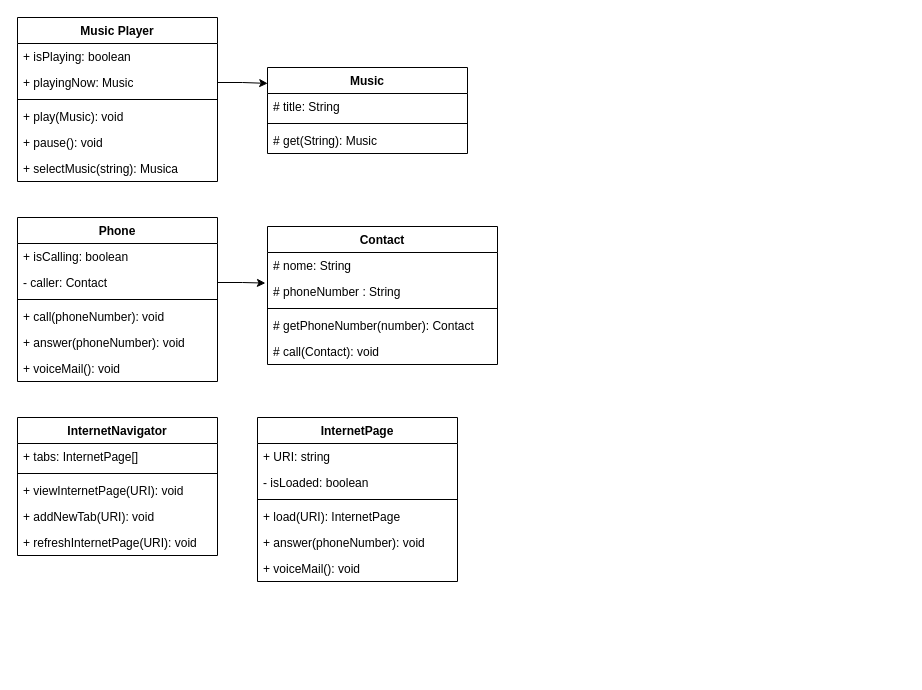
The draw.io diagram desafios/poo/DiagramacaoClassesIphone.drawio in digitalinnovationone/trilha-java-basico, before the edit. Source tidied: cells renumbered, new cells numbered last; positions are measured from the earlier drawing's top-left corner, leaving out a move shared by most shapes. Both pictures are drawn from the tidied source at 100%, with x=0, y=0 at pixel (17, 17).
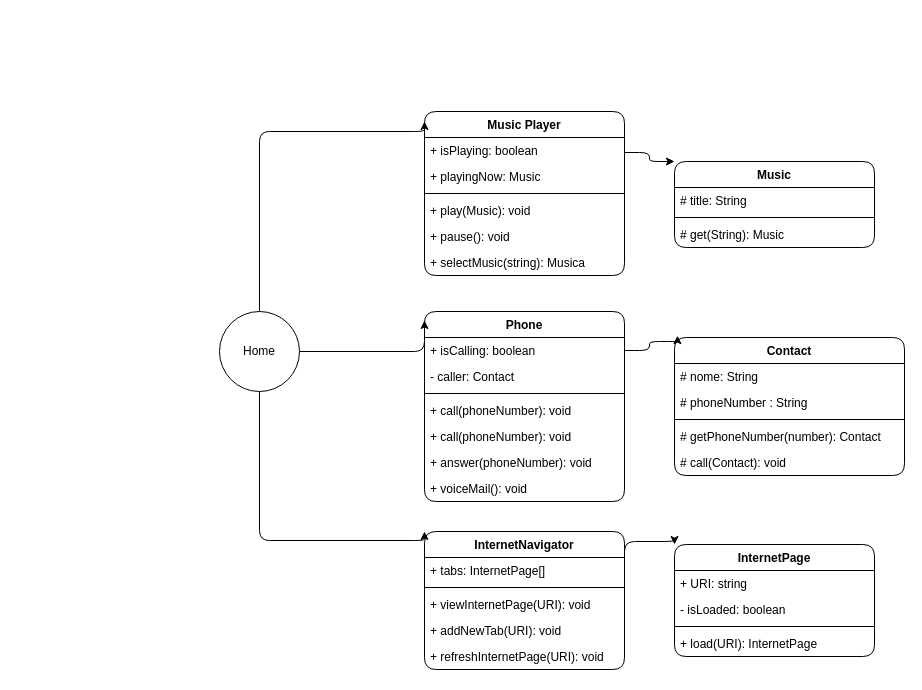
Above is the later version.

Diff of the diagram source:
```diff
@@
-    <mxCell id="2" value="Music Player" style="swimlane;fontStyle=1;align=center;verticalAlign=top;horizontal=1;startSize=26;whiteSpace=wrap;html=1;" parent="1" vertex="1">
-      <mxGeometry width="200" height="164" as="geometry" />
+    <mxCell id="2" value="Music Player" style="swimlane;fontStyle=1;align=center;verticalAlign=top;horizontal=1;startSize=26;whiteSpace=wrap;html=1;labelBackgroundColor=none;rounded=1;" parent="1" vertex="1">
+      <mxGeometry x="407" y="94" width="200" height="164" as="geometry" />
     </mxCell>
-    <mxCell id="3" value="+ isPlaying: boolean" style="text;strokeColor=none;fillColor=none;align=left;verticalAlign=top;spacingLeft=4;spacingRight=4;overflow=hidden;whiteSpace=wrap;html=1;" parent="2" vertex="1">
+    <mxCell id="3" value="+ isPlaying: boolean" style="text;strokeColor=none;fillColor=none;align=left;verticalAlign=top;spacingLeft=4;spacingRight=4;overflow=hidden;whiteSpace=wrap;html=1;labelBackgroundColor=none;rounded=1;" parent="2" vertex="1">
       <mxGeometry y="26" width="200" height="26" as="geometry" />
     </mxCell>
-    <mxCell id="4" value="+ playingNow: Music" style="text;strokeColor=none;fillColor=none;align=left;verticalAlign=top;spacingLeft=4;spacingRight=4;overflow=hidden;points=[[0,0.5],[1,0.5]];portConstraint=eastwest;whiteSpace=wrap;html=1;" parent="2" vertex="1">
+    <mxCell id="4" value="+ playingNow: Music" style="text;strokeColor=none;fillColor=none;align=left;verticalAlign=top;spacingLeft=4;spacingRight=4;overflow=hidden;points=[[0,0.5],[1,0.5]];portConstraint=eastwest;whiteSpace=wrap;html=1;labelBackgroundColor=none;rounded=1;" parent="2" vertex="1">
       <mxGeometry y="52" width="200" height="26" as="geometry" />
     </mxCell>
-    <mxCell id="5" style="line;strokeWidth=1;fillColor=none;align=left;verticalAlign=middle;spacingTop=-1;spacingLeft=3;spacingRight=3;labelPosition=right;strokeColor=inherit;" parent="2" vertex="1">
+    <mxCell id="5" style="line;strokeWidth=1;fillColor=none;align=left;verticalAlign=middle;spacingTop=-1;spacingLeft=3;spacingRight=3;labelPosition=right;labelBackgroundColor=none;rounded=1;" parent="2" vertex="1">
       <mxGeometry y="78" width="200" height="8" as="geometry" />
     </mxCell>
-    <mxCell id="6" value="+ play(Music): void" style="text;strokeColor=none;fillColor=none;align=left;verticalAlign=top;spacingLeft=4;spacingRight=4;overflow=hidden;whiteSpace=wrap;html=1;" parent="2" vertex="1">
+    <mxCell id="6" value="+ play(Music): void" style="text;strokeColor=none;fillColor=none;align=left;verticalAlign=top;spacingLeft=4;spacingRight=4;overflow=hidden;whiteSpace=wrap;html=1;labelBackgroundColor=none;rounded=1;" parent="2" vertex="1">
       <mxGeometry y="86" width="200" height="26" as="geometry" />
     </mxCell>
-    <mxCell id="7" value="+ pause(): void" style="text;strokeColor=none;fillColor=none;align=left;verticalAlign=top;spacingLeft=4;spacingRight=4;overflow=hidden;whiteSpace=wrap;html=1;" parent="2" vertex="1">
+    <mxCell id="7" value="+ pause(): void" style="text;strokeColor=none;fillColor=none;align=left;verticalAlign=top;spacingLeft=4;spacingRight=4;overflow=hidden;whiteSpace=wrap;html=1;labelBackgroundColor=none;rounded=1;" parent="2" vertex="1">
       <mxGeometry y="112" width="200" height="26" as="geometry" />
     </mxCell>
-    <mxCell id="8" value="+ selectMusic(string): Musica" style="text;strokeColor=none;fillColor=none;align=left;verticalAlign=top;spacingLeft=4;spacingRight=4;overflow=hidden;whiteSpace=wrap;html=1;" parent="2" vertex="1">
+    <mxCell id="8" value="+ selectMusic(string): Musica" style="text;strokeColor=none;fillColor=none;align=left;verticalAlign=top;spacingLeft=4;spacingRight=4;overflow=hidden;whiteSpace=wrap;html=1;labelBackgroundColor=none;rounded=1;" parent="2" vertex="1">
       <mxGeometry y="138" width="200" height="26" as="geometry" />
     </mxCell>
-    <mxCell id="9" value="Music" style="swimlane;fontStyle=1;align=center;verticalAlign=top;horizontal=1;startSize=26;whiteSpace=wrap;html=1;" parent="1" vertex="1">
-      <mxGeometry x="250" y="50" width="200" height="86" as="geometry" />
+    <mxCell id="9" value="Music" style="swimlane;fontStyle=1;align=center;verticalAlign=top;horizontal=1;startSize=26;whiteSpace=wrap;html=1;labelBackgroundColor=none;rounded=1;" parent="1" vertex="1">
+      <mxGeometry x="657" y="144" width="200" height="86" as="geometry" />
     </mxCell>
-    <mxCell id="10" value="# title: String" style="text;strokeColor=none;fillColor=none;align=left;verticalAlign=top;spacingLeft=4;spacingRight=4;overflow=hidden;whiteSpace=wrap;html=1;" parent="9" vertex="1">
+    <mxCell id="10" value="# title: String" style="text;strokeColor=none;fillColor=none;align=left;verticalAlign=top;spacingLeft=4;spacingRight=4;overflow=hidden;whiteSpace=wrap;html=1;labelBackgroundColor=none;rounded=1;" parent="9" vertex="1">
       <mxGeometry y="26" width="200" height="26" as="geometry" />
     </mxCell>
-    <mxCell id="11" style="line;strokeWidth=1;fillColor=none;align=left;verticalAlign=middle;spacingTop=-1;spacingLeft=3;spacingRight=3;labelPosition=right;strokeColor=inherit;" parent="9" vertex="1">
+    <mxCell id="11" style="line;strokeWidth=1;fillColor=none;align=left;verticalAlign=middle;spacingTop=-1;spacingLeft=3;spacingRight=3;labelPosition=right;labelBackgroundColor=none;rounded=1;" parent="9" vertex="1">
       <mxGeometry y="52" width="200" height="8" as="geometry" />
     </mxCell>
-    <mxCell id="12" value="# get(String): Music" style="text;strokeColor=none;fillColor=none;align=left;verticalAlign=top;spacingLeft=4;spacingRight=4;overflow=hidden;whiteSpace=wrap;html=1;" parent="9" vertex="1">
+    <mxCell id="12" value="# get(String): Music" style="text;strokeColor=none;fillColor=none;align=left;verticalAlign=top;spacingLeft=4;spacingRight=4;overflow=hidden;whiteSpace=wrap;html=1;labelBackgroundColor=none;rounded=1;" parent="9" vertex="1">
       <mxGeometry y="60" width="200" height="26" as="geometry" />
     </mxCell>
-    <mxCell id="13" style="edgeStyle=orthogonalEdgeStyle;rounded=0;jettySize=auto;html=1;entryX=0.001;entryY=0.185;entryDx=0;entryDy=0;entryPerimeter=0;" parent="1" edge="1" source="4" target="9">
-      <mxGeometry relative="1" as="geometry" />
+    <mxCell id="13" style="edgeStyle=orthogonalEdgeStyle;rounded=1;jettySize=auto;html=1;entryX=0;entryY=0;entryDx=0;entryDy=0;labelBackgroundColor=none;fontColor=default;exitX=1;exitY=0.25;exitDx=0;exitDy=0;" parent="1" edge="1" source="2" target="9">
+      <mxGeometry relative="1" as="geometry">
+        <Array as="points">
+          <mxPoint x="632" y="135" />
+          <mxPoint x="632" y="144" />
+        </Array>
+      </mxGeometry>
     </mxCell>
-    <mxCell id="14" value="Phone" style="swimlane;fontStyle=1;align=center;verticalAlign=top;horizontal=1;startSize=26;whiteSpace=wrap;html=1;" parent="1" vertex="1">
-      <mxGeometry y="200" width="200" height="164" as="geometry" />
+    <mxCell id="14" value="Phone" style="swimlane;fontStyle=1;align=center;verticalAlign=top;horizontal=1;startSize=26;whiteSpace=wrap;html=1;labelBackgroundColor=none;rounded=1;" parent="1" vertex="1">
+      <mxGeometry x="407" y="294" width="200" height="190" as="geometry" />
     </mxCell>
-    <mxCell id="15" value="+ isCalling: boolean" style="text;strokeColor=none;fillColor=none;align=left;verticalAlign=top;spacingLeft=4;spacingRight=4;overflow=hidden;points=[[0,0.5],[1,0.5]];portConstraint=eastwest;whiteSpace=wrap;html=1;" parent="14" vertex="1">
+    <mxCell id="15" value="+ isCalling: boolean" style="text;strokeColor=none;fillColor=none;align=left;verticalAlign=top;spacingLeft=4;spacingRight=4;overflow=hidden;points=[[0,0.5],[1,0.5]];portConstraint=eastwest;whiteSpace=wrap;html=1;labelBackgroundColor=none;rounded=1;" parent="14" vertex="1">
       <mxGeometry y="26" width="200" height="26" as="geometry" />
     </mxCell>
-    <mxCell id="16" value="- caller: Contact" style="text;strokeColor=none;fillColor=none;align=left;verticalAlign=top;spacingLeft=4;spacingRight=4;overflow=hidden;points=[[0,0.5],[1,0.5]];portConstraint=eastwest;whiteSpace=wrap;html=1;" parent="14" vertex="1">
+    <mxCell id="16" value="- caller: Contact" style="text;strokeColor=none;fillColor=none;align=left;verticalAlign=top;spacingLeft=4;spacingRight=4;overflow=hidden;points=[[0,0.5],[1,0.5]];portConstraint=eastwest;whiteSpace=wrap;html=1;labelBackgroundColor=none;rounded=1;" parent="14" vertex="1">
       <mxGeometry y="52" width="200" height="26" as="geometry" />
     </mxCell>
-    <mxCell id="17" style="line;strokeWidth=1;fillColor=none;align=left;verticalAlign=middle;spacingTop=-1;spacingLeft=3;spacingRight=3;labelPosition=right;strokeColor=inherit;" parent="14" vertex="1">
+    <mxCell id="17" style="line;strokeWidth=1;fillColor=none;align=left;verticalAlign=middle;spacingTop=-1;spacingLeft=3;spacingRight=3;labelPosition=right;labelBackgroundColor=none;rounded=1;" parent="14" vertex="1">
       <mxGeometry y="78" width="200" height="8" as="geometry" />
     </mxCell>
+    <mxCell id="41" value="+ call(phoneNumber): void" style="text;strokeColor=none;fillColor=none;align=left;verticalAlign=top;spacingLeft=4;spacingRight=4;overflow=hidden;whiteSpace=wrap;html=1;labelBackgroundColor=none;rounded=1;" parent="14" vertex="1">
+      <mxGeometry y="86" width="200" height="26" as="geometry" />
+    </mxCell>
-    <mxCell id="18" value="+ call(phoneNumber): void" style="text;strokeColor=none;fillColor=none;align=left;verticalAlign=top;spacingLeft=4;spacingRight=4;overflow=hidden;whiteSpace=wrap;html=1;" parent="14" vertex="1">
-      <mxGeometry y="86" width="200" height="26" as="geometry" />
+    <mxCell id="18" value="+ call(phoneNumber): void" style="text;strokeColor=none;fillColor=none;align=left;verticalAlign=top;spacingLeft=4;spacingRight=4;overflow=hidden;whiteSpace=wrap;html=1;labelBackgroundColor=none;rounded=1;" parent="14" vertex="1">
+      <mxGeometry y="112" width="200" height="26" as="geometry" />
     </mxCell>
-    <mxCell id="19" value="+ answer(phoneNumber): void" style="text;strokeColor=none;fillColor=none;align=left;verticalAlign=top;spacingLeft=4;spacingRight=4;overflow=hidden;whiteSpace=wrap;html=1;" parent="14" vertex="1">
-      <mxGeometry y="112" width="200" height="26" as="geometry" />
+    <mxCell id="19" value="+ answer(phoneNumber): void" style="text;strokeColor=none;fillColor=none;align=left;verticalAlign=top;spacingLeft=4;spacingRight=4;overflow=hidden;whiteSpace=wrap;html=1;labelBackgroundColor=none;rounded=1;" parent="14" vertex="1">
+      <mxGeometry y="138" width="200" height="26" as="geometry" />
     </mxCell>
-    <mxCell id="20" value="+ voiceMail(): void" style="text;strokeColor=none;fillColor=none;align=left;verticalAlign=top;spacingLeft=4;spacingRight=4;overflow=hidden;whiteSpace=wrap;html=1;" parent="14" vertex="1">
-      <mxGeometry y="138" width="200" height="26" as="geometry" />
+    <mxCell id="20" value="+ voiceMail(): void" style="text;strokeColor=none;fillColor=none;align=left;verticalAlign=top;spacingLeft=4;spacingRight=4;overflow=hidden;whiteSpace=wrap;html=1;labelBackgroundColor=none;rounded=1;" parent="14" vertex="1">
+      <mxGeometry y="164" width="200" height="26" as="geometry" />
     </mxCell>
-    <mxCell id="21" value="Contact" style="swimlane;fontStyle=1;align=center;verticalAlign=top;horizontal=1;startSize=26;whiteSpace=wrap;html=1;" parent="1" vertex="1">
-      <mxGeometry x="250" y="209" width="230" height="138" as="geometry" />
+    <mxCell id="21" value="Contact" style="swimlane;fontStyle=1;align=center;verticalAlign=top;horizontal=1;startSize=26;whiteSpace=wrap;html=1;labelBackgroundColor=none;rounded=1;" parent="1" vertex="1">
+      <mxGeometry x="657" y="320" width="230" height="138" as="geometry" />
     </mxCell>
-    <mxCell id="22" value="# nome: String" style="text;strokeColor=none;fillColor=none;align=left;verticalAlign=top;spacingLeft=4;spacingRight=4;overflow=hidden;whiteSpace=wrap;html=1;" parent="21" vertex="1">
+    <mxCell id="22" value="# nome: String" style="text;strokeColor=none;fillColor=none;align=left;verticalAlign=top;spacingLeft=4;spacingRight=4;overflow=hidden;whiteSpace=wrap;html=1;labelBackgroundColor=none;rounded=1;" parent="21" vertex="1">
       <mxGeometry y="26" width="230" height="26" as="geometry" />
     </mxCell>
-    <mxCell id="23" value="# phoneNumber : String" style="text;strokeColor=none;fillColor=none;align=left;verticalAlign=top;spacingLeft=4;spacingRight=4;overflow=hidden;points=[[0,0.5],[1,0.5]];portConstraint=eastwest;whiteSpace=wrap;html=1;" parent="21" vertex="1">
+    <mxCell id="23" value="# phoneNumber : String" style="text;strokeColor=none;fillColor=none;align=left;verticalAlign=top;spacingLeft=4;spacingRight=4;overflow=hidden;points=[[0,0.5],[1,0.5]];portConstraint=eastwest;whiteSpace=wrap;html=1;labelBackgroundColor=none;rounded=1;" parent="21" vertex="1">
       <mxGeometry y="52" width="230" height="26" as="geometry" />
     </mxCell>
-    <mxCell id="24" style="line;strokeWidth=1;fillColor=none;align=left;verticalAlign=middle;spacingTop=-1;spacingLeft=3;spacingRight=3;labelPosition=right;strokeColor=inherit;" parent="21" vertex="1">
+    <mxCell id="24" style="line;strokeWidth=1;fillColor=none;align=left;verticalAlign=middle;spacingTop=-1;spacingLeft=3;spacingRight=3;labelPosition=right;labelBackgroundColor=none;rounded=1;" parent="21" vertex="1">
       <mxGeometry y="78" width="230" height="8" as="geometry" />
     </mxCell>
-    <mxCell id="25" value="# getPhoneNumber(number): Contact" style="text;strokeColor=none;fillColor=none;align=left;verticalAlign=top;spacingLeft=4;spacingRight=4;overflow=hidden;whiteSpace=wrap;html=1;" parent="21" vertex="1">
+    <mxCell id="25" value="# getPhoneNumber(number): Contact" style="text;strokeColor=none;fillColor=none;align=left;verticalAlign=top;spacingLeft=4;spacingRight=4;overflow=hidden;whiteSpace=wrap;html=1;labelBackgroundColor=none;rounded=1;" parent="21" vertex="1">
       <mxGeometry y="86" width="230" height="26" as="geometry" />
     </mxCell>
-    <mxCell id="26" value="# call(Contact): void" style="text;strokeColor=none;fillColor=none;align=left;verticalAlign=top;spacingLeft=4;spacingRight=4;overflow=hidden;whiteSpace=wrap;html=1;" parent="21" vertex="1">
+    <mxCell id="26" value="# call(Contact): void" style="text;strokeColor=none;fillColor=none;align=left;verticalAlign=top;spacingLeft=4;spacingRight=4;overflow=hidden;whiteSpace=wrap;html=1;labelBackgroundColor=none;rounded=1;" parent="21" vertex="1">
       <mxGeometry y="112" width="230" height="26" as="geometry" />
     </mxCell>
-    <mxCell id="27" style="edgeStyle=orthogonalEdgeStyle;rounded=0;jettySize=auto;html=1;entryX=-0.009;entryY=0.177;entryDx=0;entryDy=0;entryPerimeter=0;" parent="1" edge="1" source="16" target="23">
-      <mxGeometry relative="1" as="geometry" />
+    <mxCell id="27" style="edgeStyle=orthogonalEdgeStyle;rounded=1;jettySize=auto;html=1;entryX=0.013;entryY=-0.013;entryDx=0;entryDy=0;entryPerimeter=0;labelBackgroundColor=none;fontColor=default;exitX=1;exitY=0.5;exitDx=0;exitDy=0;" parent="1" edge="1" source="15" target="21">
+      <mxGeometry relative="1" as="geometry">
+        <Array as="points">
+          <mxPoint x="632" y="333" />
+          <mxPoint x="632" y="324" />
+          <mxPoint x="660" y="324" />
+        </Array>
+      </mxGeometry>
     </mxCell>
-    <mxCell id="28" value="InternetNavigator" style="swimlane;fontStyle=1;align=center;verticalAlign=top;horizontal=1;startSize=26;whiteSpace=wrap;html=1;" parent="1" vertex="1">
-      <mxGeometry y="400" width="200" height="138" as="geometry" />
+    <mxCell id="28" value="InternetNavigator" style="swimlane;fontStyle=1;align=center;verticalAlign=top;horizontal=1;startSize=26;whiteSpace=wrap;html=1;labelBackgroundColor=none;rounded=1;" parent="1" vertex="1">
+      <mxGeometry x="407" y="514" width="200" height="138" as="geometry" />
     </mxCell>
-    <mxCell id="29" value="+ tabs: InternetPage[]" style="text;strokeColor=none;fillColor=none;align=left;verticalAlign=top;spacingLeft=4;spacingRight=4;overflow=hidden;points=[[0,0.5],[1,0.5]];portConstraint=eastwest;whiteSpace=wrap;html=1;" parent="28" vertex="1">
+    <mxCell id="29" value="+ tabs: InternetPage[]" style="text;strokeColor=none;fillColor=none;align=left;verticalAlign=top;spacingLeft=4;spacingRight=4;overflow=hidden;points=[[0,0.5],[1,0.5]];portConstraint=eastwest;whiteSpace=wrap;html=1;labelBackgroundColor=none;rounded=1;" parent="28" vertex="1">
       <mxGeometry y="26" width="200" height="26" as="geometry" />
     </mxCell>
-    <mxCell id="30" style="line;strokeWidth=1;fillColor=none;align=left;verticalAlign=middle;spacingTop=-1;spacingLeft=3;spacingRight=3;labelPosition=right;strokeColor=inherit;" parent="28" vertex="1">
+    <mxCell id="30" style="line;strokeWidth=1;fillColor=none;align=left;verticalAlign=middle;spacingTop=-1;spacingLeft=3;spacingRight=3;labelPosition=right;labelBackgroundColor=none;rounded=1;" parent="28" vertex="1">
       <mxGeometry y="52" width="200" height="8" as="geometry" />
     </mxCell>
-    <mxCell id="31" value="+ viewInternetPage(URI): void" style="text;strokeColor=none;fillColor=none;align=left;verticalAlign=top;spacingLeft=4;spacingRight=4;overflow=hidden;whiteSpace=wrap;html=1;" parent="28" vertex="1">
+    <mxCell id="31" value="+ viewInternetPage(URI): void" style="text;strokeColor=none;fillColor=none;align=left;verticalAlign=top;spacingLeft=4;spacingRight=4;overflow=hidden;whiteSpace=wrap;html=1;labelBackgroundColor=none;rounded=1;" parent="28" vertex="1">
       <mxGeometry y="60" width="200" height="26" as="geometry" />
     </mxCell>
-    <mxCell id="32" value="+ addNewTab(URI): void" style="text;strokeColor=none;fillColor=none;align=left;verticalAlign=top;spacingLeft=4;spacingRight=4;overflow=hidden;whiteSpace=wrap;html=1;" parent="28" vertex="1">
+    <mxCell id="32" value="+ addNewTab(URI): void" style="text;strokeColor=none;fillColor=none;align=left;verticalAlign=top;spacingLeft=4;spacingRight=4;overflow=hidden;whiteSpace=wrap;html=1;labelBackgroundColor=none;rounded=1;" parent="28" vertex="1">
       <mxGeometry y="86" width="200" height="26" as="geometry" />
     </mxCell>
-    <mxCell id="33" value="+ refreshInternetPage(URI): void" style="text;strokeColor=none;fillColor=none;align=left;verticalAlign=top;spacingLeft=4;spacingRight=4;overflow=hidden;whiteSpace=wrap;html=1;" parent="28" vertex="1">
+    <mxCell id="33" value="+ refreshInternetPage(URI): void" style="text;strokeColor=none;fillColor=none;align=left;verticalAlign=top;spacingLeft=4;spacingRight=4;overflow=hidden;whiteSpace=wrap;html=1;labelBackgroundColor=none;rounded=1;" parent="28" vertex="1">
       <mxGeometry y="112" width="200" height="26" as="geometry" />
     </mxCell>
-    <mxCell id="34" value="InternetPage" style="swimlane;fontStyle=1;align=center;verticalAlign=top;horizontal=1;startSize=26;whiteSpace=wrap;html=1;" parent="1" vertex="1">
-      <mxGeometry x="240" y="400" width="200" height="164" as="geometry" />
+    <mxCell id="34" value="InternetPage" style="swimlane;fontStyle=1;align=center;verticalAlign=top;horizontal=1;startSize=26;whiteSpace=wrap;html=1;labelBackgroundColor=none;rounded=1;" parent="1" vertex="1">
+      <mxGeometry x="657" y="527" width="200" height="112" as="geometry" />
     </mxCell>
-    <mxCell id="35" value="+ URI: string" style="text;strokeColor=none;fillColor=none;align=left;verticalAlign=top;spacingLeft=4;spacingRight=4;overflow=hidden;whiteSpace=wrap;html=1;" parent="34" vertex="1">
+    <mxCell id="35" value="+ URI: string" style="text;strokeColor=none;fillColor=none;align=left;verticalAlign=top;spacingLeft=4;spacingRight=4;overflow=hidden;whiteSpace=wrap;html=1;labelBackgroundColor=none;rounded=1;" parent="34" vertex="1">
       <mxGeometry y="26" width="200" height="26" as="geometry" />
     </mxCell>
-    <mxCell id="36" value="- isLoaded: boolean" style="text;strokeColor=none;fillColor=none;align=left;verticalAlign=top;spacingLeft=4;spacingRight=4;overflow=hidden;whiteSpace=wrap;html=1;" parent="34" vertex="1">
+    <mxCell id="36" value="- isLoaded: boolean" style="text;strokeColor=none;fillColor=none;align=left;verticalAlign=top;spacingLeft=4;spacingRight=4;overflow=hidden;whiteSpace=wrap;html=1;labelBackgroundColor=none;rounded=1;" parent="34" vertex="1">
       <mxGeometry y="52" width="200" height="26" as="geometry" />
     </mxCell>
-    <mxCell id="37" style="line;strokeWidth=1;fillColor=none;align=left;verticalAlign=middle;spacingTop=-1;spacingLeft=3;spacingRight=3;labelPosition=right;strokeColor=inherit;" parent="34" vertex="1">
+    <mxCell id="37" style="line;strokeWidth=1;fillColor=none;align=left;verticalAlign=middle;spacingTop=-1;spacingLeft=3;spacingRight=3;labelPosition=right;labelBackgroundColor=none;rounded=1;" parent="34" vertex="1">
       <mxGeometry y="78" width="200" height="8" as="geometry" />
     </mxCell>
-    <mxCell id="38" value="+ load(URI): InternetPage" style="text;strokeColor=none;fillColor=none;align=left;verticalAlign=top;spacingLeft=4;spacingRight=4;overflow=hidden;whiteSpace=wrap;html=1;" parent="34" vertex="1">
+    <mxCell id="38" value="+ load(URI): InternetPage" style="text;strokeColor=none;fillColor=none;align=left;verticalAlign=top;spacingLeft=4;spacingRight=4;overflow=hidden;whiteSpace=wrap;html=1;labelBackgroundColor=none;rounded=1;" parent="34" vertex="1">
       <mxGeometry y="86" width="200" height="26" as="geometry" />
     </mxCell>
-    <mxCell id="39" value="+ answer(phoneNumber): void" style="text;strokeColor=none;fillColor=none;align=left;verticalAlign=top;spacingLeft=4;spacingRight=4;overflow=hidden;whiteSpace=wrap;html=1;" parent="34" vertex="1">
-      <mxGeometry y="112" width="200" height="26" as="geometry" />
-    </mxCell>
-    <mxCell id="40" value="+ voiceMail(): void" style="text;strokeColor=none;fillColor=none;align=left;verticalAlign=top;spacingLeft=4;spacingRight=4;overflow=hidden;whiteSpace=wrap;html=1;" parent="34" vertex="1">
-      <mxGeometry y="138" width="200" height="26" as="geometry" />
-    </mxCell>
+    <mxCell id="42" style="edgeStyle=orthogonalEdgeStyle;rounded=1;jettySize=auto;html=1;entryX=0;entryY=0;entryDx=0;entryDy=0;labelBackgroundColor=none;fontColor=default;exitX=1;exitY=0.5;exitDx=0;exitDy=0;" parent="1" edge="1" source="29" target="34">
+      <mxGeometry relative="1" as="geometry">
+        <Array as="points">
+          <mxPoint x="607" y="524" />
+          <mxPoint x="657" y="524" />
+        </Array>
+      </mxGeometry>
+    </mxCell>
+    <mxCell id="43" style="edgeStyle=orthogonalEdgeStyle;rounded=1;jettySize=auto;html=1;entryX=0;entryY=0;entryDx=0;entryDy=0;" parent="1" edge="1" source="46">
+      <mxGeometry relative="1" as="geometry">
+        <mxPoint x="407" y="104" as="targetPoint" />
+        <Array as="points">
+          <mxPoint x="242" y="114" />
+          <mxPoint x="407" y="114" />
+        </Array>
+      </mxGeometry>
+    </mxCell>
+    <mxCell id="44" style="edgeStyle=orthogonalEdgeStyle;rounded=1;jettySize=auto;html=1;entryX=0;entryY=0;entryDx=0;entryDy=0;exitX=0.5;exitY=1;exitDx=0;exitDy=0;" parent="1" edge="1" source="46" target="28">
+      <mxGeometry relative="1" as="geometry">
+        <Array as="points">
+          <mxPoint x="242" y="523" />
+          <mxPoint x="407" y="523" />
+        </Array>
+      </mxGeometry>
+    </mxCell>
+    <mxCell id="45" style="edgeStyle=orthogonalEdgeStyle;rounded=1;jettySize=auto;html=1;entryX=0;entryY=0;entryDx=0;entryDy=0;exitX=1;exitY=0.5;exitDx=0;exitDy=0;" parent="1" edge="1" source="46">
+      <mxGeometry relative="1" as="geometry">
+        <mxPoint x="407" y="303" as="targetPoint" />
+        <Array as="points">
+          <mxPoint x="407" y="334" />
+        </Array>
+      </mxGeometry>
+    </mxCell>
+    <mxCell id="46" value="Home" style="ellipse;whiteSpace=wrap;html=1;rounded=1;" parent="1" vertex="1">
+      <mxGeometry x="202" y="294" width="80" height="80" as="geometry" />
+    </mxCell>
```
